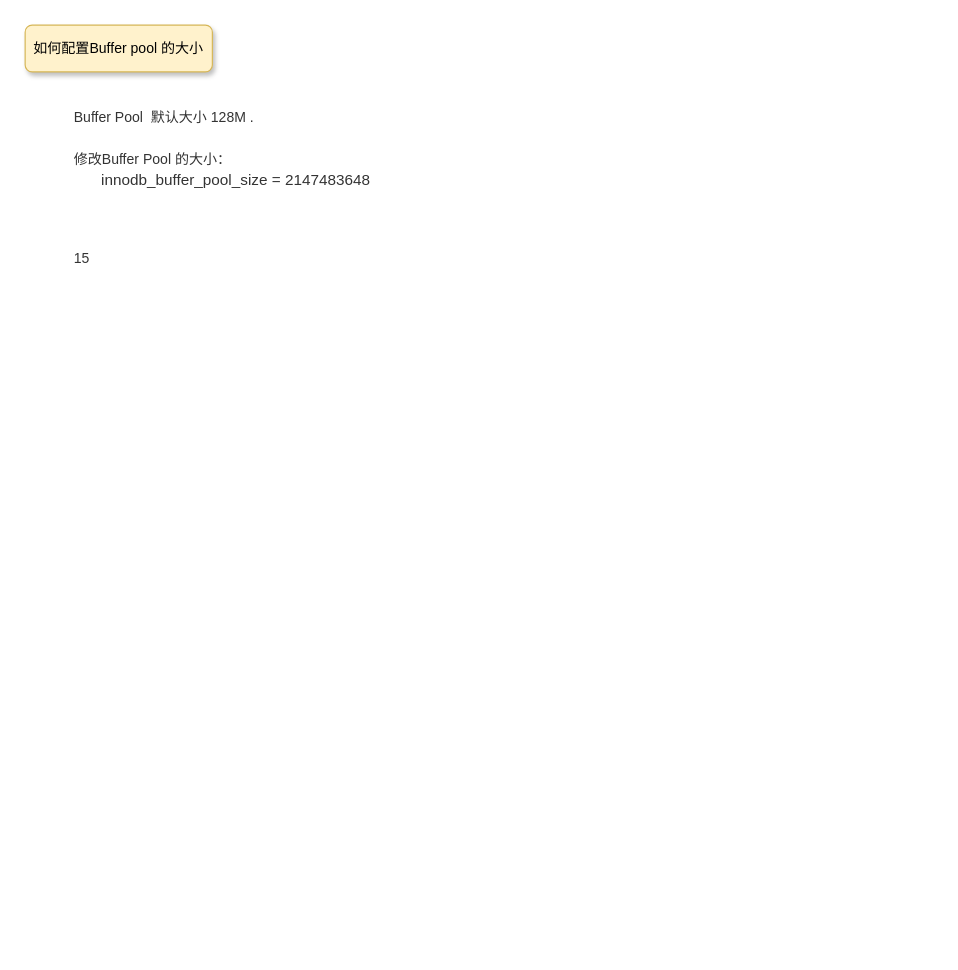
Before: page "Buffer Pool" (2 of 2) of mysql 实战优化 .drawio in topyuluo/photo-project, a draw.io diagram. Source tidied: cells renumbered, new cells numbered last; positions are measured from the earlier drawing's top-left corner, leaving out a move shared by most shapes. Both pictures are drawn from the tidied source at 117%, with x=0, y=0 at pixel (25, 25).
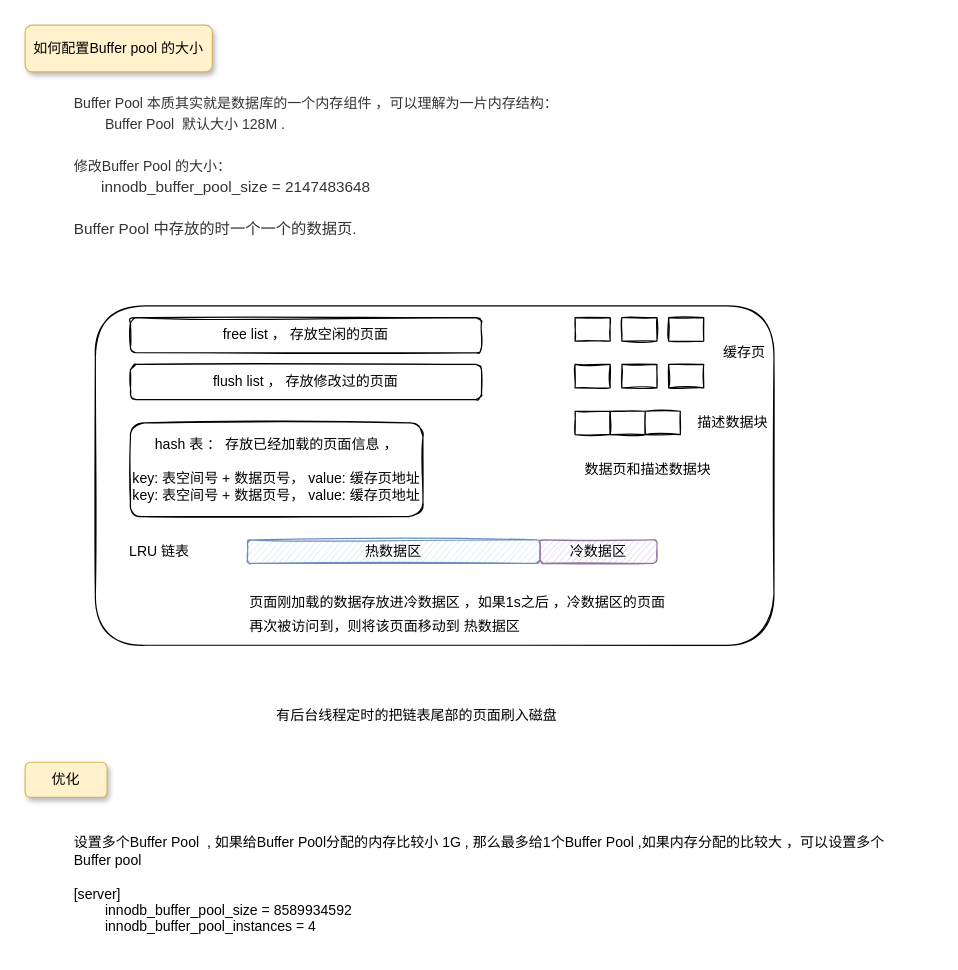
The same diagram, later.

What changed in the source:
```diff
@@
-    <mxCell id="3" value="&lt;font color=&quot;#333333&quot; style=&quot;line-height: 150%&quot;&gt;Buffer Pool&amp;nbsp; 默认大小 128M .&lt;br&gt;&lt;br&gt;修改Buffer Pool 的大小：&lt;br&gt;&amp;nbsp; &amp;nbsp; &amp;nbsp; &amp;nbsp;&lt;span style=&quot;font-family: sans-serif ; font-size: 13.0833px ; background-color: rgb(255 , 255 , 255)&quot;&gt;innodb_buffer_pool_size = 2147483648&lt;/span&gt;&lt;/font&gt;" style="text;html=1;strokeColor=none;fillColor=none;align=left;verticalAlign=middle;whiteSpace=wrap;rounded=0;shadow=0;sketch=1;" parent="1" vertex="1">
-      <mxGeometry x="40" y="70" width="740" height="70" as="geometry" />
+    <mxCell id="3" value="&lt;font color=&quot;#333333&quot; style=&quot;line-height: 150%&quot;&gt;Buffer Pool 本质其实就是数据库的一个内存组件 ，可以理解为一片内存结构：&lt;br&gt;&amp;nbsp; &amp;nbsp; &amp;nbsp; &amp;nbsp; Buffer Pool&amp;nbsp; 默认大小 128M .&lt;br&gt;&lt;br&gt;修改Buffer Pool 的大小：&lt;br&gt;&amp;nbsp; &amp;nbsp; &amp;nbsp; &amp;nbsp;&lt;span style=&quot;font-family: sans-serif ; font-size: 13.0833px ; background-color: rgb(255 , 255 , 255)&quot;&gt;innodb_buffer_pool_size = 2147483648&lt;br&gt;&lt;br&gt;Buffer Pool 中存放的时一个一个的数据页.&lt;br&gt;&lt;/span&gt;&lt;/font&gt;" style="text;html=1;strokeColor=none;fillColor=none;align=left;verticalAlign=middle;whiteSpace=wrap;rounded=0;shadow=0;sketch=1;" parent="1" vertex="1">
+      <mxGeometry x="40" y="70" width="740" height="100" as="geometry" />
     </mxCell>
-    <mxCell id="4" value="&lt;font color=&quot;#333333&quot;&gt;15&lt;/font&gt;" style="text;html=1;strokeColor=none;fillColor=none;align=left;verticalAlign=middle;whiteSpace=wrap;rounded=0;shadow=0;sketch=1;" parent="1" vertex="1">
-      <mxGeometry x="40" y="190" width="280" height="20" as="geometry" />
-    </mxCell>
+    <mxCell id="5" style="rounded=1;whiteSpace=wrap;html=1;sketch=1;" parent="1" vertex="1">
+      <mxGeometry x="60" y="240" width="580" height="290" as="geometry" />
+    </mxCell>
+    <mxCell id="6" value="free list ， 存放空闲的页面" style="rounded=1;whiteSpace=wrap;html=1;sketch=1;" parent="1" vertex="1">
+      <mxGeometry x="90" y="250" width="300" height="30" as="geometry" />
+    </mxCell>
+    <mxCell id="7" value="hash 表 ： 存放已经加载的页面信息 ，&lt;br&gt;&amp;nbsp;&lt;br&gt;key: 表空间号 + 数据页号， value: 缓存页地址&lt;br&gt;key: 表空间号 + 数据页号， value: 缓存页地址" style="rounded=1;whiteSpace=wrap;html=1;sketch=1;" parent="1" vertex="1">
+      <mxGeometry x="90" y="340" width="250" height="80" as="geometry" />
+    </mxCell>
+    <mxCell id="8" style="rounded=0;whiteSpace=wrap;html=1;sketch=1;" parent="1" vertex="1">
+      <mxGeometry x="470" y="250" width="30" height="20" as="geometry" />
+    </mxCell>
+    <mxCell id="9" style="rounded=0;whiteSpace=wrap;html=1;sketch=1;" parent="1" vertex="1">
+      <mxGeometry x="510" y="250" width="30" height="20" as="geometry" />
+    </mxCell>
+    <mxCell id="10" style="rounded=0;whiteSpace=wrap;html=1;sketch=1;" parent="1" vertex="1">
+      <mxGeometry x="550" y="250" width="30" height="20" as="geometry" />
+    </mxCell>
+    <mxCell id="11" style="rounded=0;whiteSpace=wrap;html=1;sketch=1;" parent="1" vertex="1">
+      <mxGeometry x="470" y="290" width="30" height="20" as="geometry" />
+    </mxCell>
+    <mxCell id="12" style="rounded=0;whiteSpace=wrap;html=1;sketch=1;" parent="1" vertex="1">
+      <mxGeometry x="510" y="290" width="30" height="20" as="geometry" />
+    </mxCell>
+    <mxCell id="13" style="rounded=0;whiteSpace=wrap;html=1;sketch=1;" parent="1" vertex="1">
+      <mxGeometry x="550" y="290" width="30" height="20" as="geometry" />
+    </mxCell>
+    <mxCell id="14" value="flush list ， 存放修改过的页面" style="rounded=1;whiteSpace=wrap;html=1;sketch=1;" parent="1" vertex="1">
+      <mxGeometry x="90" y="290" width="300" height="30" as="geometry" />
+    </mxCell>
+    <mxCell id="15" value="热数据区" style="rounded=1;whiteSpace=wrap;html=1;sketch=1;fillColor=#dae8fc;strokeColor=#6c8ebf;" parent="1" vertex="1">
+      <mxGeometry x="190" y="440" width="250" height="20" as="geometry" />
+    </mxCell>
+    <mxCell id="16" value="冷数据区" style="rounded=1;whiteSpace=wrap;html=1;sketch=1;fillColor=#e1d5e7;strokeColor=#9673a6;" parent="1" vertex="1">
+      <mxGeometry x="440" y="440" width="100" height="20" as="geometry" />
+    </mxCell>
+    <mxCell id="17" value="LRU 链表" style="text;html=1;strokeColor=none;fillColor=none;align=center;verticalAlign=middle;whiteSpace=wrap;rounded=0;sketch=1;" parent="1" vertex="1">
+      <mxGeometry x="70" y="440" width="90" height="20" as="geometry" />
+    </mxCell>
+    <mxCell id="18" value="&lt;p style=&quot;line-height: 160%&quot;&gt;页面刚加载的数据存放进冷数据区 ，如果1s之后 ，冷数据区的页面再次被访问到，则将该页面移动到 热数据区&lt;/p&gt;" style="text;html=1;strokeColor=none;fillColor=none;align=left;verticalAlign=middle;whiteSpace=wrap;rounded=0;sketch=1;" parent="1" vertex="1">
+      <mxGeometry x="190" y="484" width="360" height="40" as="geometry" />
+    </mxCell>
+    <mxCell id="19" value="有后台线程定时的把链表尾部的页面刷入磁盘" style="text;html=1;strokeColor=none;fillColor=none;align=center;verticalAlign=middle;whiteSpace=wrap;rounded=0;sketch=1;" parent="1" vertex="1">
+      <mxGeometry x="70" y="570" width="530" height="40" as="geometry" />
+    </mxCell>
+    <mxCell id="20" value="数据页和描述数据块" style="text;html=1;strokeColor=none;fillColor=none;align=center;verticalAlign=middle;whiteSpace=wrap;rounded=0;sketch=1;" parent="1" vertex="1">
+      <mxGeometry x="470" y="370" width="125" height="20" as="geometry" />
+    </mxCell>
+    <mxCell id="21" style="rounded=0;whiteSpace=wrap;html=1;sketch=1;" parent="1" vertex="1">
+      <mxGeometry x="470" y="330" width="30" height="20" as="geometry" />
+    </mxCell>
+    <mxCell id="22" style="rounded=0;whiteSpace=wrap;html=1;sketch=1;" parent="1" vertex="1">
+      <mxGeometry x="500" y="330" width="30" height="20" as="geometry" />
+    </mxCell>
+    <mxCell id="23" style="rounded=0;whiteSpace=wrap;html=1;sketch=1;" parent="1" vertex="1">
+      <mxGeometry x="530" y="330" width="30" height="20" as="geometry" />
+    </mxCell>
+    <mxCell id="24" value="描述数据块" style="text;html=1;strokeColor=none;fillColor=none;align=center;verticalAlign=middle;whiteSpace=wrap;rounded=0;sketch=1;" parent="1" vertex="1">
+      <mxGeometry x="570" y="330" width="70" height="20" as="geometry" />
+    </mxCell>
+    <mxCell id="25" value="缓存页" style="text;html=1;strokeColor=none;fillColor=none;align=center;verticalAlign=middle;whiteSpace=wrap;rounded=0;sketch=1;" parent="1" vertex="1">
+      <mxGeometry x="580" y="270" width="70" height="20" as="geometry" />
+    </mxCell>
+    <mxCell id="26" value="优化" style="rounded=1;whiteSpace=wrap;html=1;shadow=1;fillColor=#fff2cc;strokeColor=#d6b656;" parent="1" vertex="1">
+      <mxGeometry y="630" width="70" height="30" as="geometry" />
+    </mxCell>
+    <mxCell id="27" value="设置多个Buffer Pool&amp;nbsp; , 如果给Buffer Po0l分配的内存比较小 1G , 那么最多给1个Buffer Pool ,如果内存分配的比较大 ，可以设置多个 Buffer pool&amp;nbsp;&lt;br&gt;&lt;br&gt;&lt;div&gt;[server]&lt;/div&gt;&lt;div&gt;&lt;span&gt;&lt;/span&gt;&amp;nbsp; &amp;nbsp; &amp;nbsp; &amp;nbsp; innodb_buffer_pool_size = 8589934592&lt;/div&gt;&lt;div&gt;&lt;span&gt;&lt;/span&gt;&amp;nbsp; &amp;nbsp; &amp;nbsp; &amp;nbsp; innodb_buffer_pool_instances = 4&lt;/div&gt;" style="text;html=1;strokeColor=none;fillColor=none;align=left;verticalAlign=middle;whiteSpace=wrap;rounded=0;sketch=1;" parent="1" vertex="1">
+      <mxGeometry x="40" y="680" width="700" height="110" as="geometry" />
+    </mxCell>
```
